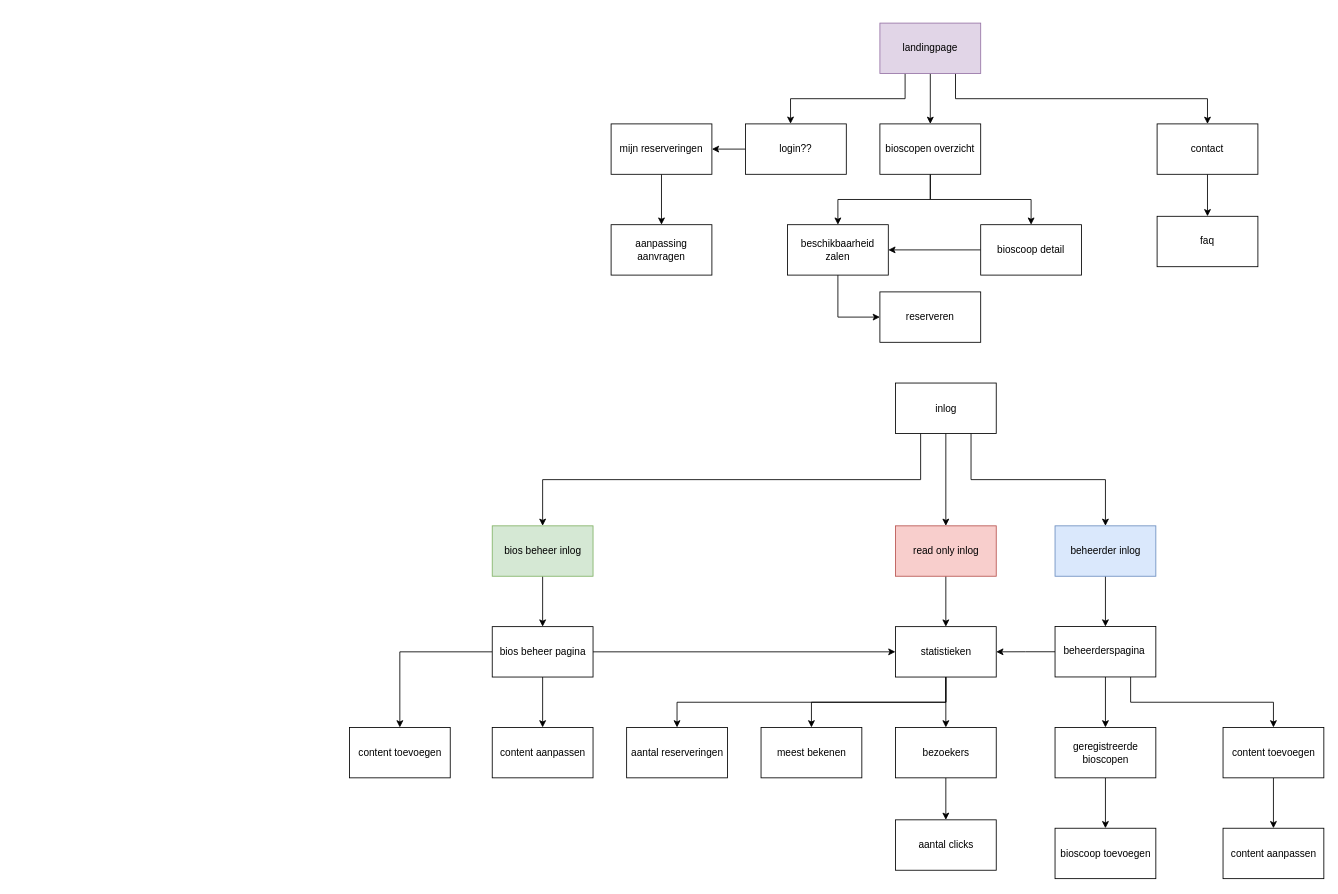
Above: documentation/nav_structuur.drawio in iaachboun/GamePlayParty (draw.io), before the change. Source tidied: cells renumbered, new cells numbered last; positions are measured from the earlier drawing's top-left corner, leaving out a move shared by most shapes. Both pictures are drawn from the tidied source at 84%, with x=0, y=0 at pixel (349, 23).
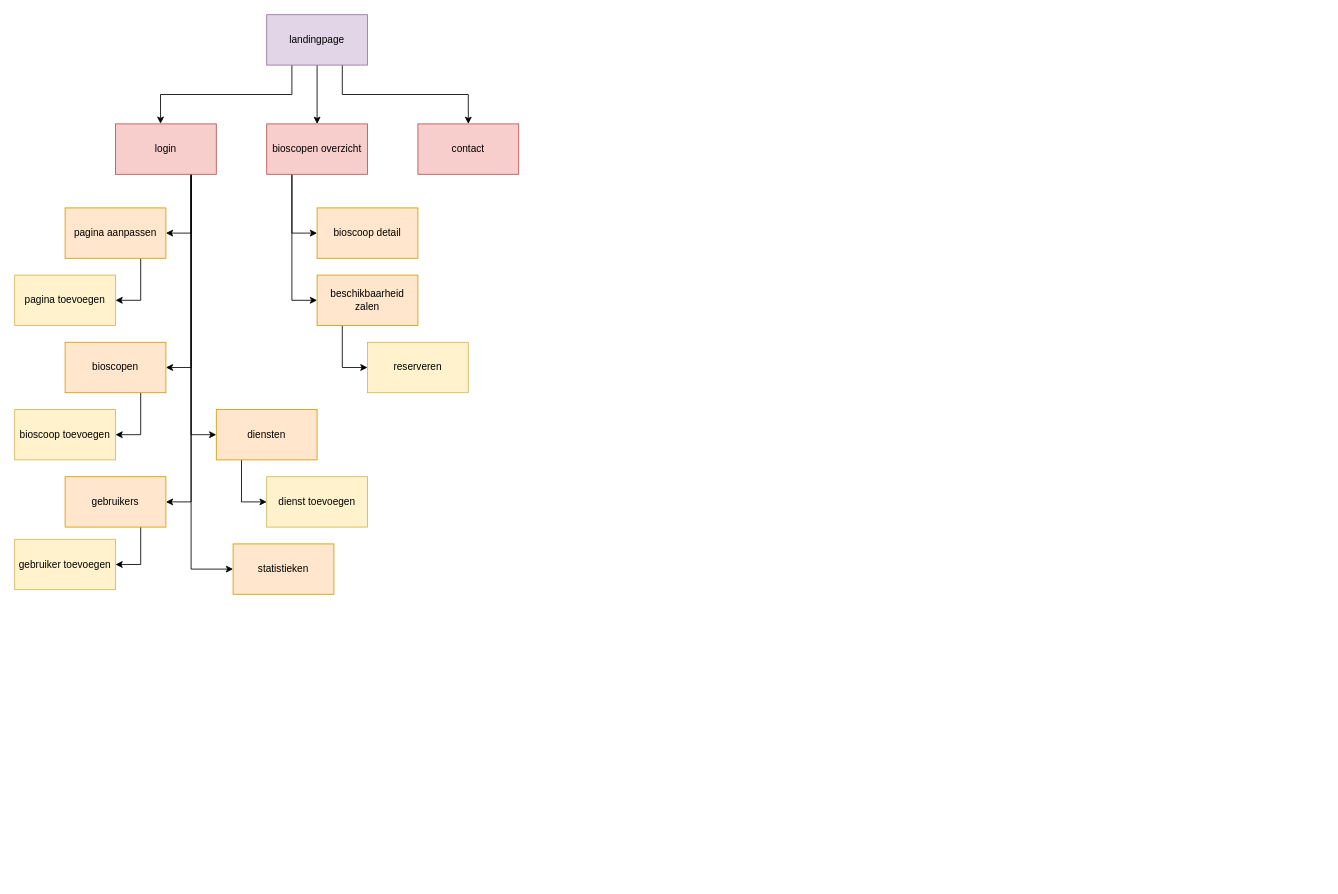
Above is the later version.

Diff of the diagram source:
```diff
@@
     <mxCell id="5" value="landingpage" style="rounded=0;whiteSpace=wrap;html=1;fillColor=#e1d5e7;strokeColor=#9673a6;" parent="1" vertex="1">
-      <mxGeometry x="632" width="120" height="60" as="geometry" />
+      <mxGeometry x="-98" y="-10" width="120" height="60" as="geometry" />
     </mxCell>
+    <mxCell id="7" style="edgeStyle=orthogonalEdgeStyle;rounded=0;jettySize=auto;html=1;exitX=0.25;exitY=1;exitDx=0;exitDy=0;entryX=0;entryY=0.5;entryDx=0;entryDy=0;" parent="1" edge="1" source="8" target="12">
+      <mxGeometry relative="1" as="geometry" />
+    </mxCell>
-    <mxCell id="6" style="edgeStyle=orthogonalEdgeStyle;rounded=0;jettySize=auto;html=1;exitX=0.5;exitY=1;exitDx=0;exitDy=0;entryX=0.5;entryY=0;entryDx=0;entryDy=0;" parent="1" edge="1" source="8" target="16">
+    <mxCell id="6" style="edgeStyle=orthogonalEdgeStyle;rounded=0;jettySize=auto;html=1;exitX=0.25;exitY=1;exitDx=0;exitDy=0;entryX=0;entryY=0.5;entryDx=0;entryDy=0;" parent="1" edge="1" source="8" target="16">
       <mxGeometry relative="1" as="geometry" />
     </mxCell>
-    <mxCell id="7" style="edgeStyle=orthogonalEdgeStyle;rounded=0;jettySize=auto;html=1;exitX=0.5;exitY=1;exitDx=0;exitDy=0;" parent="1" edge="1" source="8" target="12">
-      <mxGeometry relative="1" as="geometry" />
-    </mxCell>
-    <mxCell id="8" value="bioscopen overzicht" style="rounded=0;whiteSpace=wrap;html=1;" parent="1" vertex="1">
-      <mxGeometry x="632" y="120" width="120" height="60" as="geometry" />
+    <mxCell id="8" value="bioscopen overzicht" style="rounded=0;whiteSpace=wrap;html=1;fillColor=#f8cecc;strokeColor=#b85450;" parent="1" vertex="1">
+      <mxGeometry x="-98" y="120" width="120" height="60" as="geometry" />
     </mxCell>
-    <mxCell id="9" style="edgeStyle=orthogonalEdgeStyle;rounded=0;jettySize=auto;html=1;exitX=0.5;exitY=1;exitDx=0;exitDy=0;entryX=0.5;entryY=0;entryDx=0;entryDy=0;" parent="1" edge="1" source="10" target="14">
-      <mxGeometry relative="1" as="geometry" />
-    </mxCell>
-    <mxCell id="10" value="contact" style="rounded=0;whiteSpace=wrap;html=1;" parent="1" vertex="1">
-      <mxGeometry x="962" y="120" width="120" height="60" as="geometry" />
+    <mxCell id="10" value="contact" style="rounded=0;whiteSpace=wrap;html=1;fillColor=#f8cecc;strokeColor=#b85450;" parent="1" vertex="1">
+      <mxGeometry x="82" y="120" width="120" height="60" as="geometry" />
     </mxCell>
-    <mxCell id="11" style="edgeStyle=orthogonalEdgeStyle;rounded=0;jettySize=auto;html=1;exitX=0;exitY=0.5;exitDx=0;exitDy=0;entryX=1;entryY=0.5;entryDx=0;entryDy=0;" parent="1" edge="1" source="12" target="16">
-      <mxGeometry relative="1" as="geometry" />
-    </mxCell>
-    <mxCell id="12" value="bioscoop detail" style="rounded=0;whiteSpace=wrap;html=1;" parent="1" vertex="1">
-      <mxGeometry x="752" y="240" width="120" height="60" as="geometry" />
+    <mxCell id="12" value="bioscoop detail" style="rounded=0;whiteSpace=wrap;html=1;fillColor=#ffe6cc;strokeColor=#d79b00;" parent="1" vertex="1">
+      <mxGeometry x="-38" y="220" width="120" height="60" as="geometry" />
     </mxCell>
-    <mxCell id="13" value="reserveren" style="rounded=0;whiteSpace=wrap;html=1;" parent="1" vertex="1">
-      <mxGeometry x="632" y="320" width="120" height="60" as="geometry" />
+    <mxCell id="13" value="reserveren" style="rounded=0;whiteSpace=wrap;html=1;fillColor=#fff2cc;strokeColor=#d6b656;" parent="1" vertex="1">
+      <mxGeometry x="22" y="380" width="120" height="60" as="geometry" />
     </mxCell>
-    <mxCell id="14" value="faq" style="rounded=0;whiteSpace=wrap;html=1;" parent="1" vertex="1">
-      <mxGeometry x="962" y="230" width="120" height="60" as="geometry" />
-    </mxCell>
-    <mxCell id="15" style="edgeStyle=orthogonalEdgeStyle;rounded=0;jettySize=auto;html=1;exitX=0.5;exitY=1;exitDx=0;exitDy=0;entryX=0;entryY=0.5;entryDx=0;entryDy=0;" parent="1" edge="1" source="16" target="13">
+    <mxCell id="15" style="edgeStyle=orthogonalEdgeStyle;rounded=0;jettySize=auto;html=1;exitX=0.25;exitY=1;exitDx=0;exitDy=0;entryX=0;entryY=0.5;entryDx=0;entryDy=0;" parent="1" edge="1" source="16" target="13">
       <mxGeometry relative="1" as="geometry" />
     </mxCell>
-    <mxCell id="16" value="beschikbaarheid zalen" style="rounded=0;whiteSpace=wrap;html=1;" parent="1" vertex="1">
-      <mxGeometry x="522" y="240" width="120" height="60" as="geometry" />
+    <mxCell id="16" value="beschikbaarheid zalen" style="rounded=0;whiteSpace=wrap;html=1;fillColor=#ffe6cc;strokeColor=#d79b00;" parent="1" vertex="1">
+      <mxGeometry x="-38" y="300" width="120" height="60" as="geometry" />
     </mxCell>
-    <mxCell id="17" style="edgeStyle=orthogonalEdgeStyle;rounded=0;jettySize=auto;html=1;exitX=0;exitY=0.5;exitDx=0;exitDy=0;" parent="1" edge="1" source="18" target="20">
-      <mxGeometry relative="1" as="geometry" />
-    </mxCell>
+    <mxCell id="57" style="edgeStyle=orthogonalEdgeStyle;rounded=0;jettySize=auto;html=1;exitX=0.75;exitY=1;exitDx=0;exitDy=0;entryX=1;entryY=0.5;entryDx=0;entryDy=0;" parent="1" edge="1" source="18" target="34">
+      <mxGeometry relative="1" as="geometry" />
+    </mxCell>
+    <mxCell id="58" style="edgeStyle=orthogonalEdgeStyle;rounded=0;jettySize=auto;html=1;exitX=0.75;exitY=1;exitDx=0;exitDy=0;entryX=1;entryY=0.5;entryDx=0;entryDy=0;" parent="1" edge="1" source="18" target="50">
+      <mxGeometry relative="1" as="geometry" />
+    </mxCell>
+    <mxCell id="59" style="edgeStyle=orthogonalEdgeStyle;rounded=0;jettySize=auto;html=1;exitX=0.75;exitY=1;exitDx=0;exitDy=0;entryX=1;entryY=0.5;entryDx=0;entryDy=0;" parent="1" edge="1" source="18" target="66">
+      <mxGeometry relative="1" as="geometry" />
+    </mxCell>
+    <mxCell id="60" style="edgeStyle=orthogonalEdgeStyle;rounded=0;jettySize=auto;html=1;exitX=0.75;exitY=1;exitDx=0;exitDy=0;entryX=0;entryY=0.5;entryDx=0;entryDy=0;" parent="1" edge="1" source="18" target="33">
+      <mxGeometry relative="1" as="geometry" />
+    </mxCell>
+    <mxCell id="61" style="edgeStyle=orthogonalEdgeStyle;rounded=0;jettySize=auto;html=1;exitX=0.75;exitY=1;exitDx=0;exitDy=0;entryX=0;entryY=0.5;entryDx=0;entryDy=0;" parent="1" edge="1" source="18" target="44">
+      <mxGeometry relative="1" as="geometry" />
+    </mxCell>
-    <mxCell id="18" value="login??" style="rounded=0;whiteSpace=wrap;html=1;" parent="1" vertex="1">
-      <mxGeometry x="472" y="120" width="120" height="60" as="geometry" />
+    <mxCell id="18" value="login" style="rounded=0;whiteSpace=wrap;html=1;fillColor=#f8cecc;strokeColor=#b85450;" parent="1" vertex="1">
+      <mxGeometry x="-278" y="120" width="120" height="60" as="geometry" />
     </mxCell>
-    <mxCell id="19" style="edgeStyle=orthogonalEdgeStyle;rounded=0;jettySize=auto;html=1;exitX=0.5;exitY=1;exitDx=0;exitDy=0;entryX=0.5;entryY=0;entryDx=0;entryDy=0;" parent="1" edge="1" source="20" target="21">
-      <mxGeometry relative="1" as="geometry" />
-    </mxCell>
-    <mxCell id="20" value="mijn reserveringen" style="rounded=0;whiteSpace=wrap;html=1;" parent="1" vertex="1">
-      <mxGeometry x="312" y="120" width="120" height="60" as="geometry" />
-    </mxCell>
-    <mxCell id="21" value="aanpassing aanvragen" style="rounded=0;whiteSpace=wrap;html=1;" parent="1" vertex="1">
-      <mxGeometry x="312" y="240" width="120" height="60" as="geometry" />
-    </mxCell>
-    <mxCell id="22" style="edgeStyle=orthogonalEdgeStyle;rounded=0;jettySize=auto;html=1;exitX=0.5;exitY=1;exitDx=0;exitDy=0;" parent="1" edge="1" source="25" target="27">
-      <mxGeometry relative="1" as="geometry" />
-    </mxCell>
-    <mxCell id="23" style="edgeStyle=orthogonalEdgeStyle;rounded=0;jettySize=auto;html=1;exitX=0.75;exitY=1;exitDx=0;exitDy=0;" parent="1" edge="1" source="25" target="29">
-      <mxGeometry relative="1" as="geometry" />
-    </mxCell>
-    <mxCell id="24" style="edgeStyle=orthogonalEdgeStyle;rounded=0;jettySize=auto;html=1;exitX=0;exitY=0.5;exitDx=0;exitDy=0;entryX=1;entryY=0.5;entryDx=0;entryDy=0;" parent="1" edge="1" source="25" target="44">
-      <mxGeometry relative="1" as="geometry" />
-    </mxCell>
-    <mxCell id="25" value="beheerderspagina&amp;nbsp;" style="rounded=0;whiteSpace=wrap;html=1;" parent="1" vertex="1">
-      <mxGeometry x="840.5" y="718.4" width="120" height="60" as="geometry" />
-    </mxCell>
-    <mxCell id="26" style="edgeStyle=orthogonalEdgeStyle;rounded=0;jettySize=auto;html=1;exitX=0.5;exitY=1;exitDx=0;exitDy=0;entryX=0.5;entryY=0;entryDx=0;entryDy=0;" parent="1" edge="1" source="27" target="35">
-      <mxGeometry relative="1" as="geometry" />
-    </mxCell>
-    <mxCell id="27" value="geregistreerde bioscopen" style="rounded=0;whiteSpace=wrap;html=1;" parent="1" vertex="1">
-      <mxGeometry x="840.5" y="838.5" width="120" height="60" as="geometry" />
-    </mxCell>
-    <mxCell id="28" style="edgeStyle=orthogonalEdgeStyle;rounded=0;jettySize=auto;html=1;exitX=0.5;exitY=1;exitDx=0;exitDy=0;" parent="1" edge="1" source="29" target="36">
-      <mxGeometry relative="1" as="geometry" />
-    </mxCell>
-    <mxCell id="29" value="content toevoegen" style="rounded=0;whiteSpace=wrap;html=1;" parent="1" vertex="1">
-      <mxGeometry x="1040.5" y="838.5" width="120" height="60" as="geometry" />
-    </mxCell>
-    <mxCell id="30" style="edgeStyle=orthogonalEdgeStyle;rounded=0;jettySize=auto;html=1;exitX=0.5;exitY=1;exitDx=0;exitDy=0;entryX=0.5;entryY=0;entryDx=0;entryDy=0;" parent="1" edge="1" source="33" target="34">
-      <mxGeometry relative="1" as="geometry" />
-    </mxCell>
-    <mxCell id="31" style="edgeStyle=orthogonalEdgeStyle;rounded=0;jettySize=auto;html=1;exitX=1;exitY=0.5;exitDx=0;exitDy=0;entryX=0;entryY=0.5;entryDx=0;entryDy=0;" parent="1" edge="1" source="33" target="44">
-      <mxGeometry relative="1" as="geometry" />
-    </mxCell>
-    <mxCell id="32" style="edgeStyle=orthogonalEdgeStyle;rounded=0;jettySize=auto;html=1;exitX=0;exitY=0.5;exitDx=0;exitDy=0;entryX=0.5;entryY=0;entryDx=0;entryDy=0;" parent="1" edge="1" source="33" target="52">
-      <mxGeometry relative="1" as="geometry" />
-    </mxCell>
+    <mxCell id="62" style="edgeStyle=orthogonalEdgeStyle;rounded=0;jettySize=auto;html=1;exitX=0.25;exitY=1;exitDx=0;exitDy=0;entryX=0;entryY=0.5;entryDx=0;entryDy=0;" parent="1" edge="1" source="33" target="46">
+      <mxGeometry relative="1" as="geometry" />
+    </mxCell>
-    <mxCell id="33" value="bios beheer pagina" style="rounded=0;whiteSpace=wrap;html=1;" parent="1" vertex="1">
-      <mxGeometry x="170.5" y="718.5" width="120" height="60" as="geometry" />
+    <mxCell id="33" value="diensten" style="rounded=0;whiteSpace=wrap;html=1;fillColor=#ffe6cc;strokeColor=#d79b00;" parent="1" vertex="1">
+      <mxGeometry x="-158" y="460" width="120" height="60" as="geometry" />
     </mxCell>
+    <mxCell id="63" style="edgeStyle=orthogonalEdgeStyle;rounded=0;jettySize=auto;html=1;exitX=0.75;exitY=1;exitDx=0;exitDy=0;entryX=1;entryY=0.5;entryDx=0;entryDy=0;" parent="1" edge="1" source="34" target="52">
+      <mxGeometry relative="1" as="geometry" />
+    </mxCell>
-    <mxCell id="34" value="content aanpassen" style="rounded=0;whiteSpace=wrap;html=1;" parent="1" vertex="1">
-      <mxGeometry x="170.5" y="838.5" width="120" height="60" as="geometry" />
+    <mxCell id="34" value="pagina aanpassen" style="rounded=0;whiteSpace=wrap;html=1;fillColor=#ffe6cc;strokeColor=#d79b00;" parent="1" vertex="1">
+      <mxGeometry x="-338" y="220" width="120" height="60" as="geometry" />
     </mxCell>
-    <mxCell id="35" value="bioscoop toevoegen" style="rounded=0;whiteSpace=wrap;html=1;" parent="1" vertex="1">
-      <mxGeometry x="840.5" y="958.5" width="120" height="60" as="geometry" />
+    <mxCell id="35" value="bioscoop toevoegen" style="rounded=0;whiteSpace=wrap;html=1;fillColor=#fff2cc;strokeColor=#d6b656;" parent="1" vertex="1">
+      <mxGeometry x="-398" y="460" width="120" height="60" as="geometry" />
     </mxCell>
-    <mxCell id="36" value="content aanpassen" style="rounded=0;whiteSpace=wrap;html=1;" parent="1" vertex="1">
-      <mxGeometry x="1040.5" y="958.5" width="120" height="60" as="geometry" />
-    </mxCell>
-    <mxCell id="37" style="edgeStyle=orthogonalEdgeStyle;rounded=0;jettySize=auto;html=1;exitX=0.5;exitY=1;exitDx=0;exitDy=0;entryX=0.5;entryY=0;entryDx=0;entryDy=0;" parent="1" edge="1" source="38" target="44">
-      <mxGeometry relative="1" as="geometry" />
-    </mxCell>
-    <mxCell id="38" value="read only inlog" style="rounded=0;whiteSpace=wrap;html=1;fillColor=#f8cecc;strokeColor=#b85450;" parent="1" vertex="1">
-      <mxGeometry x="650.5" y="598.5" width="120" height="60" as="geometry" />
-    </mxCell>
-    <mxCell id="39" style="edgeStyle=orthogonalEdgeStyle;rounded=0;jettySize=auto;html=1;exitX=0.5;exitY=1;exitDx=0;exitDy=0;entryX=0.5;entryY=0;entryDx=0;entryDy=0;" parent="1" edge="1" source="40" target="25">
-      <mxGeometry relative="1" as="geometry" />
-    </mxCell>
-    <mxCell id="40" value="beheerder inlog" style="rounded=0;whiteSpace=wrap;html=1;fillColor=#dae8fc;strokeColor=#6c8ebf;" parent="1" vertex="1">
-      <mxGeometry x="840.5" y="598.5" width="120" height="60" as="geometry" />
-    </mxCell>
-    <mxCell id="41" style="edgeStyle=orthogonalEdgeStyle;rounded=0;jettySize=auto;html=1;exitX=0.5;exitY=1;exitDx=0;exitDy=0;entryX=0.5;entryY=0;entryDx=0;entryDy=0;" parent="1" edge="1" source="44" target="46">
-      <mxGeometry relative="1" as="geometry" />
-    </mxCell>
-    <mxCell id="42" style="edgeStyle=orthogonalEdgeStyle;rounded=0;jettySize=auto;html=1;exitX=0.5;exitY=1;exitDx=0;exitDy=0;entryX=0.5;entryY=0;entryDx=0;entryDy=0;" parent="1" edge="1" source="44" target="47">
-      <mxGeometry relative="1" as="geometry" />
-    </mxCell>
-    <mxCell id="43" style="edgeStyle=orthogonalEdgeStyle;rounded=0;jettySize=auto;html=1;exitX=0.5;exitY=1;exitDx=0;exitDy=0;entryX=0.5;entryY=0;entryDx=0;entryDy=0;" parent="1" edge="1" source="44" target="50">
-      <mxGeometry relative="1" as="geometry" />
-    </mxCell>
-    <mxCell id="44" value="statistieken" style="rounded=0;whiteSpace=wrap;html=1;" parent="1" vertex="1">
-      <mxGeometry x="650.5" y="718.5" width="120" height="60" as="geometry" />
+    <mxCell id="44" value="statistieken" style="rounded=0;whiteSpace=wrap;html=1;fillColor=#ffe6cc;strokeColor=#d79b00;" parent="1" vertex="1">
+      <mxGeometry x="-138" y="620" width="120" height="60" as="geometry" />
     </mxCell>
-    <mxCell id="45" style="edgeStyle=orthogonalEdgeStyle;rounded=0;jettySize=auto;html=1;exitX=0.5;exitY=1;exitDx=0;exitDy=0;entryX=0.5;entryY=0;entryDx=0;entryDy=0;" parent="1" edge="1" source="46" target="51">
-      <mxGeometry relative="1" as="geometry" />
-    </mxCell>
-    <mxCell id="46" value="bezoekers" style="rounded=0;whiteSpace=wrap;html=1;" parent="1" vertex="1">
-      <mxGeometry x="650.5" y="838.5" width="120" height="60" as="geometry" />
+    <mxCell id="46" value="dienst toevoegen" style="rounded=0;whiteSpace=wrap;html=1;fillColor=#fff2cc;strokeColor=#d6b656;" parent="1" vertex="1">
+      <mxGeometry x="-98" y="540" width="120" height="60" as="geometry" />
     </mxCell>
-    <mxCell id="47" value="meest bekenen" style="rounded=0;whiteSpace=wrap;html=1;" parent="1" vertex="1">
-      <mxGeometry x="490.5" y="838.5" width="120" height="60" as="geometry" />
+    <mxCell id="47" value="gebruiker toevoegen" style="rounded=0;whiteSpace=wrap;html=1;fillColor=#fff2cc;strokeColor=#d6b656;" parent="1" vertex="1">
+      <mxGeometry x="-398" y="614.5" width="120" height="60" as="geometry" />
     </mxCell>
-    <mxCell id="48" style="edgeStyle=orthogonalEdgeStyle;rounded=0;jettySize=auto;html=1;exitX=0.5;exitY=1;exitDx=0;exitDy=0;entryX=0.5;entryY=0;entryDx=0;entryDy=0;" parent="1" edge="1" source="49" target="33">
-      <mxGeometry relative="1" as="geometry" />
-    </mxCell>
-    <mxCell id="49" value="bios beheer inlog" style="rounded=0;whiteSpace=wrap;html=1;fillColor=#d5e8d4;strokeColor=#82b366;" parent="1" vertex="1">
-      <mxGeometry x="170.5" y="598.5" width="120" height="60" as="geometry" />
-    </mxCell>
+    <mxCell id="64" style="edgeStyle=orthogonalEdgeStyle;rounded=0;jettySize=auto;html=1;exitX=0.75;exitY=1;exitDx=0;exitDy=0;entryX=1;entryY=0.5;entryDx=0;entryDy=0;" parent="1" edge="1" source="50" target="35">
+      <mxGeometry relative="1" as="geometry" />
+    </mxCell>
-    <mxCell id="50" value="aantal reserveringen" style="rounded=0;whiteSpace=wrap;html=1;" parent="1" vertex="1">
-      <mxGeometry x="330.5" y="838.5" width="120" height="60" as="geometry" />
+    <mxCell id="50" value="bioscopen" style="rounded=0;whiteSpace=wrap;html=1;fillColor=#ffe6cc;strokeColor=#d79b00;" parent="1" vertex="1">
+      <mxGeometry x="-338" y="380" width="120" height="60" as="geometry" />
     </mxCell>
-    <mxCell id="51" value="aantal clicks" style="rounded=0;whiteSpace=wrap;html=1;" parent="1" vertex="1">
-      <mxGeometry x="650.5" y="948.5" width="120" height="60" as="geometry" />
-    </mxCell>
-    <mxCell id="52" value="content toevoegen" style="rounded=0;whiteSpace=wrap;html=1;" parent="1" vertex="1">
-      <mxGeometry x="0.5" y="838.5" width="120" height="60" as="geometry" />
+    <mxCell id="52" value="pagina toevoegen" style="rounded=0;whiteSpace=wrap;html=1;fillColor=#fff2cc;strokeColor=#d6b656;" parent="1" vertex="1">
+      <mxGeometry x="-398" y="300" width="120" height="60" as="geometry" />
     </mxCell>
-    <mxCell id="53" style="edgeStyle=orthogonalEdgeStyle;rounded=0;jettySize=auto;html=1;exitX=0.75;exitY=1;exitDx=0;exitDy=0;" parent="1" edge="1" source="56" target="40">
-      <mxGeometry relative="1" as="geometry" />
-    </mxCell>
-    <mxCell id="54" style="edgeStyle=orthogonalEdgeStyle;rounded=0;jettySize=auto;html=1;exitX=0.5;exitY=1;exitDx=0;exitDy=0;" parent="1" edge="1" source="56" target="38">
-      <mxGeometry relative="1" as="geometry" />
-    </mxCell>
-    <mxCell id="55" style="edgeStyle=orthogonalEdgeStyle;rounded=0;jettySize=auto;html=1;exitX=0.25;exitY=1;exitDx=0;exitDy=0;" parent="1" edge="1" source="56" target="49">
-      <mxGeometry relative="1" as="geometry" />
-    </mxCell>
-    <mxCell id="56" value="inlog" style="rounded=0;whiteSpace=wrap;html=1;" parent="1" vertex="1">
-      <mxGeometry x="650.5" y="428.5" width="120" height="60" as="geometry" />
-    </mxCell>
+    <mxCell id="65" style="edgeStyle=orthogonalEdgeStyle;rounded=0;jettySize=auto;html=1;exitX=0.75;exitY=1;exitDx=0;exitDy=0;entryX=1;entryY=0.5;entryDx=0;entryDy=0;" parent="1" edge="1" source="66" target="47">
+      <mxGeometry relative="1" as="geometry" />
+    </mxCell>
+    <mxCell id="66" value="gebruikers" style="rounded=0;whiteSpace=wrap;html=1;fillColor=#ffe6cc;strokeColor=#d79b00;" parent="1" vertex="1">
+      <mxGeometry x="-338" y="540" width="120" height="60" as="geometry" />
+    </mxCell>
```
